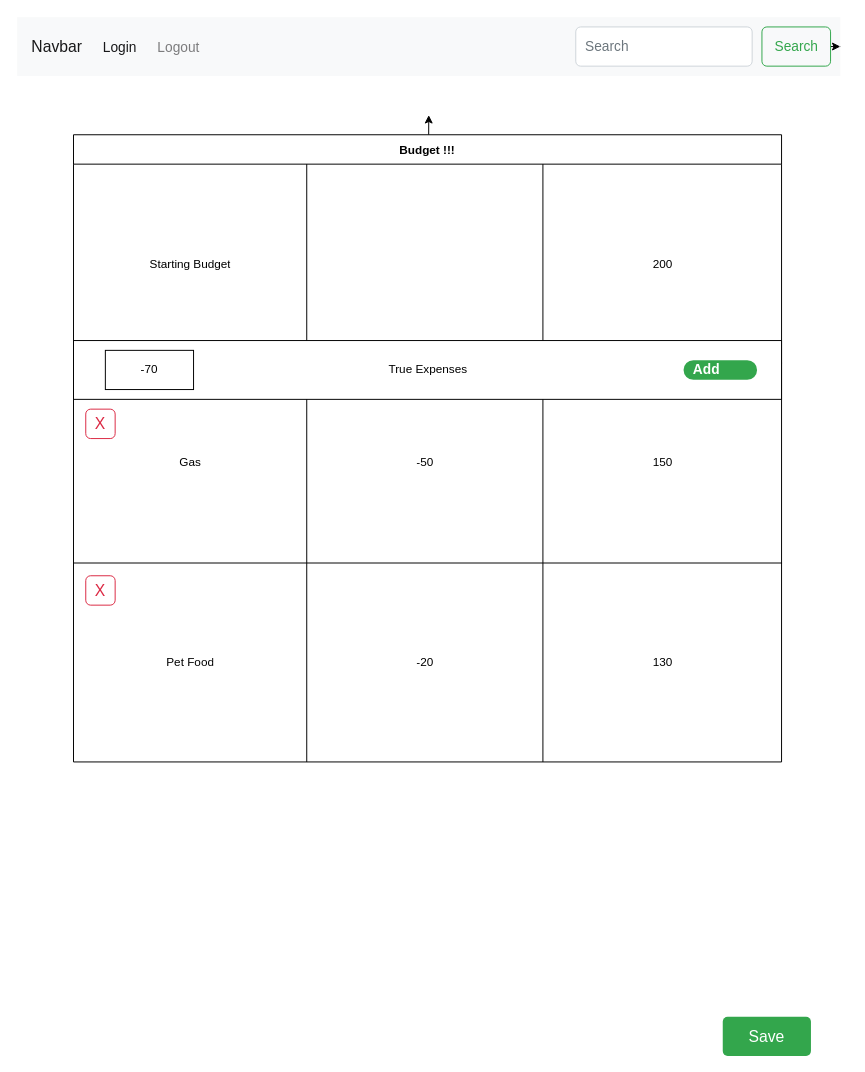
EyesackEl/the-buttget keeps this draw.io diagram as page "Budget Homepage" (2 of 4) of wireframe.drawio. Above is the earlier version. Source tidied: cells renumbered, new cells numbered last; positions are measured from the earlier drawing's top-left corner, leaving out a move shared by most shapes. Both pictures are drawn from the tidied source at 98%, with x=0, y=0 at pixel (17, 17).
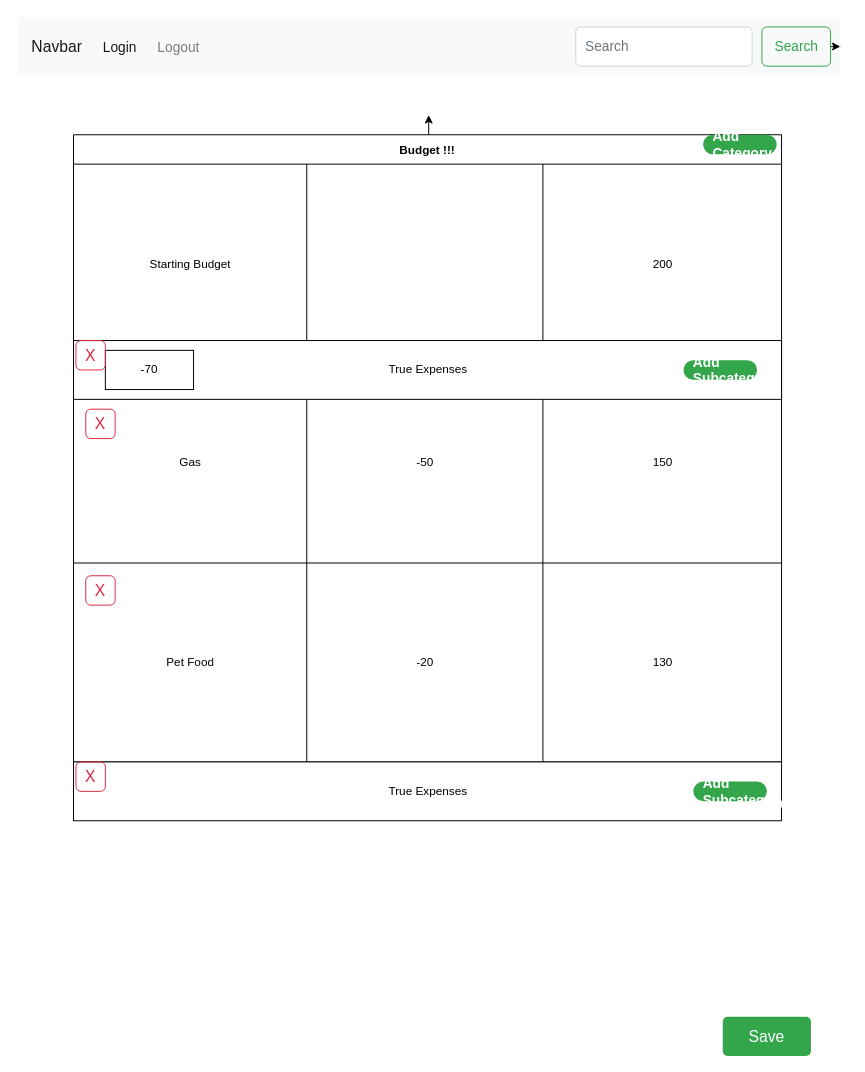
The same diagram, later.

Change to the diagram source:
```diff
@@
-    <mxCell id="25" value="Add" style="rounded=1;whiteSpace=wrap;html=1;arcSize=50;strokeColor=none;strokeWidth=1;fillColor=#33A64C;fontColor=#FFFFFF;whiteSpace=wrap;align=left;verticalAlign=middle;spacingLeft=0;fontStyle=1;fontSize=14;spacing=10;" parent="1" vertex="1">
+    <mxCell id="25" value="Add Subcategory" style="rounded=1;whiteSpace=wrap;html=1;arcSize=50;strokeColor=none;strokeWidth=1;fillColor=#33A64C;fontColor=#FFFFFF;whiteSpace=wrap;align=left;verticalAlign=middle;spacingLeft=0;fontStyle=1;fontSize=14;spacing=10;" parent="1" vertex="1">
       <mxGeometry x="680" y="350" width="75" height="20" as="geometry" />
     </mxCell>
@@
+    <mxCell id="29" value="True Expenses" style="whiteSpace=wrap;html=1;" parent="1" vertex="1">
+      <mxGeometry x="57.5" y="760" width="722.5" height="60" as="geometry" />
+    </mxCell>
+    <mxCell id="30" value="Add Subcategory" style="rounded=1;whiteSpace=wrap;html=1;arcSize=50;strokeColor=none;strokeWidth=1;fillColor=#33A64C;fontColor=#FFFFFF;whiteSpace=wrap;align=left;verticalAlign=middle;spacingLeft=0;fontStyle=1;fontSize=14;spacing=10;" parent="1" vertex="1">
+      <mxGeometry x="690" y="780" width="75" height="20" as="geometry" />
+    </mxCell>
+    <mxCell id="31" value="X" style="html=1;shadow=0;dashed=0;shape=mxgraph.bootstrap.rrect;rSize=5;strokeColor=#DB2843;strokeWidth=1;fillColor=none;fontColor=#DB2843;whiteSpace=wrap;align=center;verticalAlign=middle;spacingLeft=0;fontStyle=0;fontSize=16;spacing=5;" parent="1" vertex="1">
+      <mxGeometry x="60" y="330" width="30" height="30" as="geometry" />
+    </mxCell>
+    <mxCell id="32" value="X" style="html=1;shadow=0;dashed=0;shape=mxgraph.bootstrap.rrect;rSize=5;strokeColor=#DB2843;strokeWidth=1;fillColor=none;fontColor=#DB2843;whiteSpace=wrap;align=center;verticalAlign=middle;spacingLeft=0;fontStyle=0;fontSize=16;spacing=5;" parent="1" vertex="1">
+      <mxGeometry x="60" y="760" width="30" height="30" as="geometry" />
+    </mxCell>
+    <mxCell id="33" value="Add Category" style="rounded=1;whiteSpace=wrap;html=1;arcSize=50;strokeColor=none;strokeWidth=1;fillColor=#33A64C;fontColor=#FFFFFF;whiteSpace=wrap;align=left;verticalAlign=middle;spacingLeft=0;fontStyle=1;fontSize=14;spacing=10;" parent="1" vertex="1">
+      <mxGeometry x="700" y="120" width="75" height="20" as="geometry" />
+    </mxCell>
```
